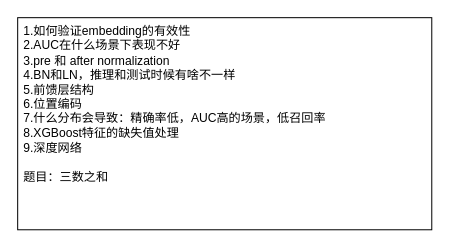
Earlier version of the draw.io diagram 面经.drawio (limpid-11/drawio). Source tidied: cells renumbered, new cells numbered last; positions are measured from the earlier drawing's top-left corner, leaving out a move shared by most shapes. Both pictures are drawn from the tidied source at 101%, with x=0, y=0 at pixel (17, 17).
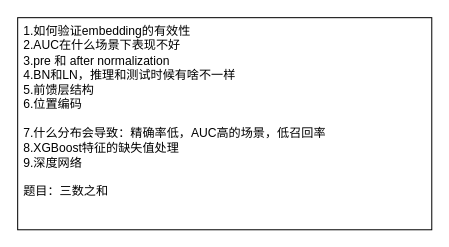
After the change.

Change to the diagram source:
```diff
@@
 <mxGraphModel>
   <root>
     <mxCell id="0" />
     <mxCell id="1" parent="0" />
-    <mxCell id="2" value="1.如何验证embedding的有效性&lt;div&gt;2.AUC在什么场景下表现不好&lt;/div&gt;&lt;div&gt;3.pre 和 after normalization&lt;/div&gt;&lt;div&gt;4.BN和LN，推理和测试时候有啥不一样&lt;/div&gt;&lt;div&gt;5.前馈层结构&lt;/div&gt;&lt;div&gt;6.位置编码&lt;/div&gt;&lt;div&gt;7.什么分布会导致：精确率低，AUC高的场景，低召回率&lt;/div&gt;&lt;div&gt;8.XGBoost特征的缺失值处理&lt;/div&gt;&lt;div&gt;9.深度网络&lt;/div&gt;&lt;div&gt;&lt;br&gt;&lt;/div&gt;&lt;div&gt;题目：三数之和&lt;/div&gt;" style="rounded=0;whiteSpace=wrap;html=1;align=left;verticalAlign=top;spacingLeft=4;" parent="1" vertex="1">
+    <mxCell id="2" value="1.如何验证embedding的有效性&lt;div&gt;2.AUC在什么场景下表现不好&lt;/div&gt;&lt;div&gt;3.pre 和 after normalization&lt;/div&gt;&lt;div&gt;4.BN和LN，推理和测试时候有啥不一样&lt;/div&gt;&lt;div&gt;5.前馈层结构&lt;/div&gt;&lt;div&gt;6.位置编码&lt;/div&gt;&lt;div&gt;&lt;br&gt;&lt;/div&gt;&lt;div&gt;7.什么分布会导致：精确率低，AUC高的场景，低召回率&lt;/div&gt;&lt;div&gt;8.XGBoost特征的缺失值处理&lt;/div&gt;&lt;div&gt;9.深度网络&lt;/div&gt;&lt;div&gt;&lt;br&gt;&lt;/div&gt;&lt;div&gt;题目：三数之和&lt;/div&gt;" style="rounded=0;whiteSpace=wrap;html=1;align=left;verticalAlign=top;spacingLeft=4;" parent="1" vertex="1">
       <mxGeometry width="410" height="210" as="geometry" />
     </mxCell>
   </root>
 </mxGraphModel>
```
